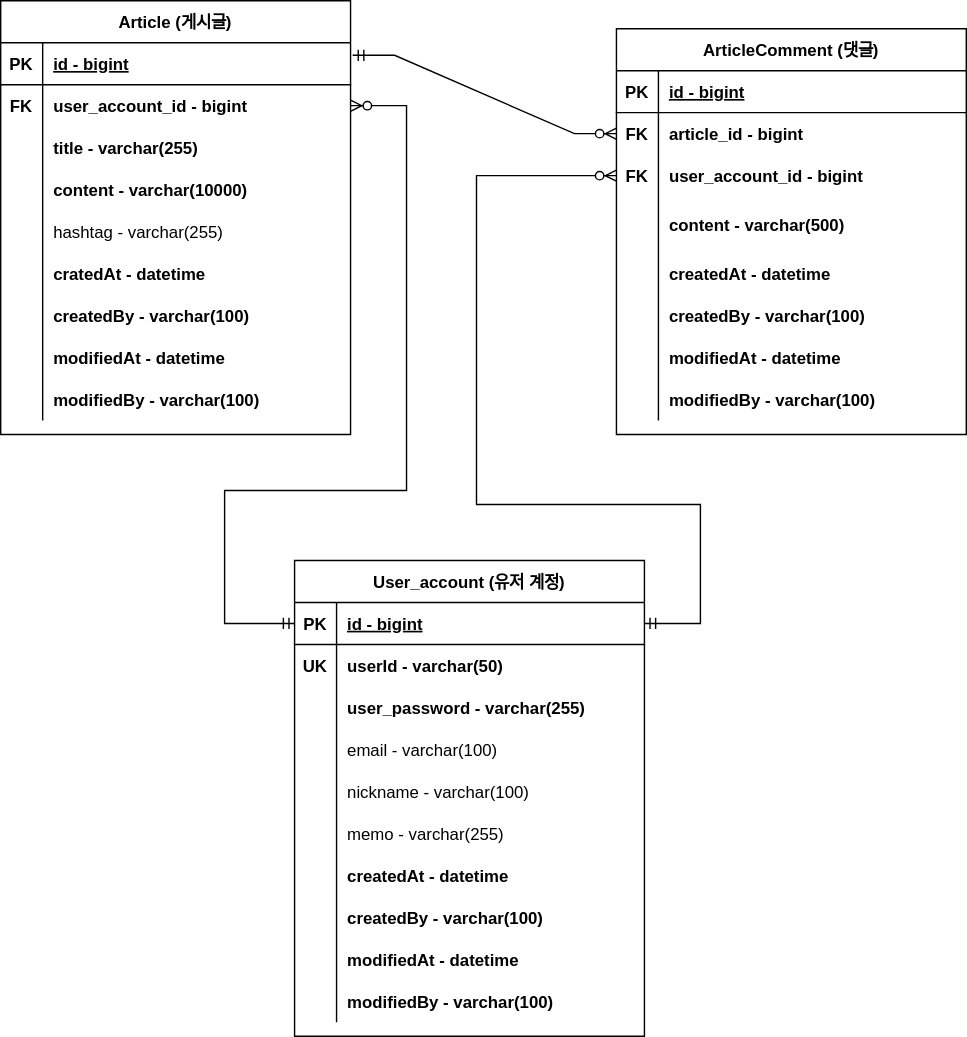
Above: document/project-board-erd.drawio.svg in zeniverse/fc-project-board (draw.io), before the change. Source tidied: cells renumbered, new cells last; positions are measured from the earlier drawing's top-left corner, leaving out a move shared by most shapes.
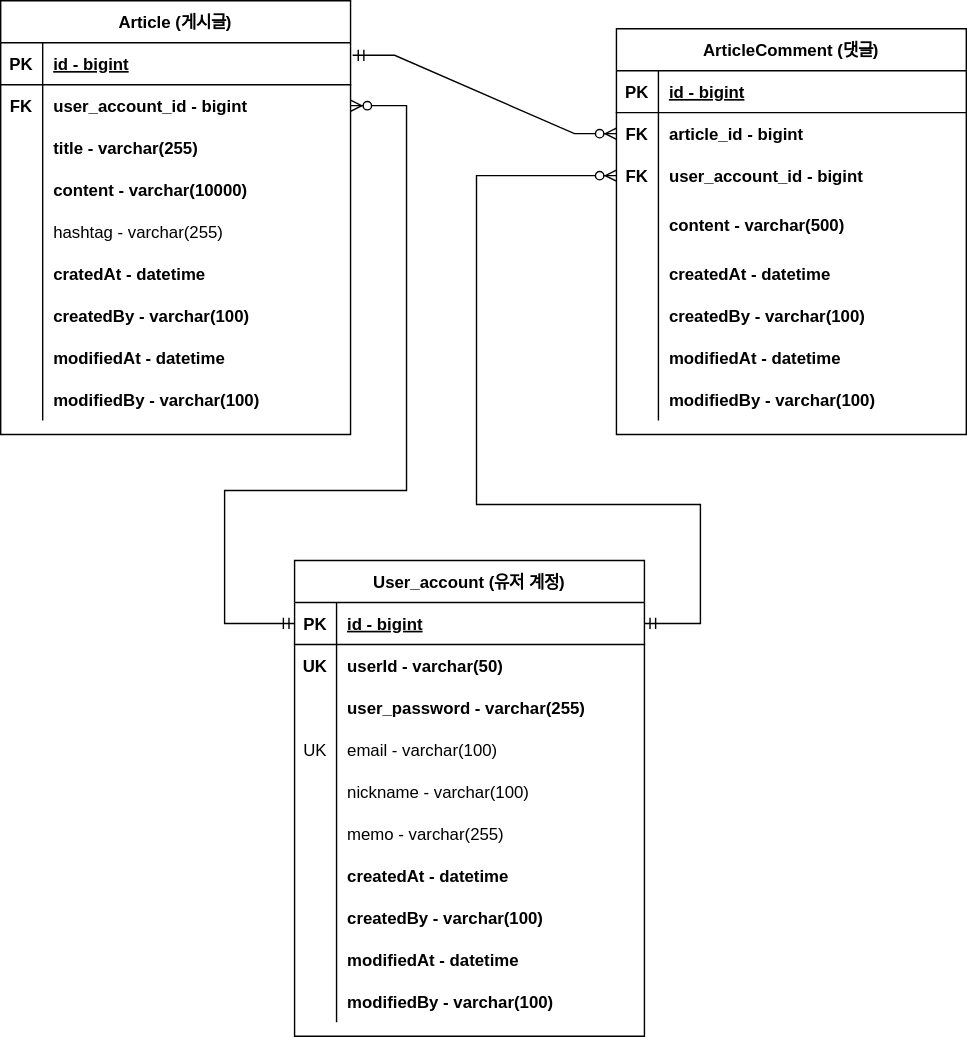
After the commit.

Commit message:
#31 - erd 업데이트: 회원 계정 도메인의 이메일에 유니크 키 추가

The edit, as a diff of the source:
```diff
@@ -197,7 +197,7 @@
     <mxCell id="66" style="shape=partialRectangle;fillColor=none;top=0;left=0;right=0;bottom=0;" parent="56" vertex="1">
       <mxGeometry y="120" width="250" height="30" as="geometry" />
     </mxCell>
-    <mxCell id="67" style="shape=partialRectangle;overflow=hidden;fillColor=none;top=0;left=0;bottom=0;right=0;" parent="66" vertex="1">
+    <mxCell id="67" value="UK" style="shape=partialRectangle;overflow=hidden;fillColor=none;top=0;left=0;bottom=0;right=0;" parent="66" vertex="1">
       <mxGeometry width="30" height="30" as="geometry" />
     </mxCell>
     <mxCell id="68" value="email - varchar(100)" style="shape=partialRectangle;overflow=hidden;fillColor=none;top=0;left=0;bottom=0;right=0;align=left;spacingLeft=6;" parent="66" vertex="1">
```
